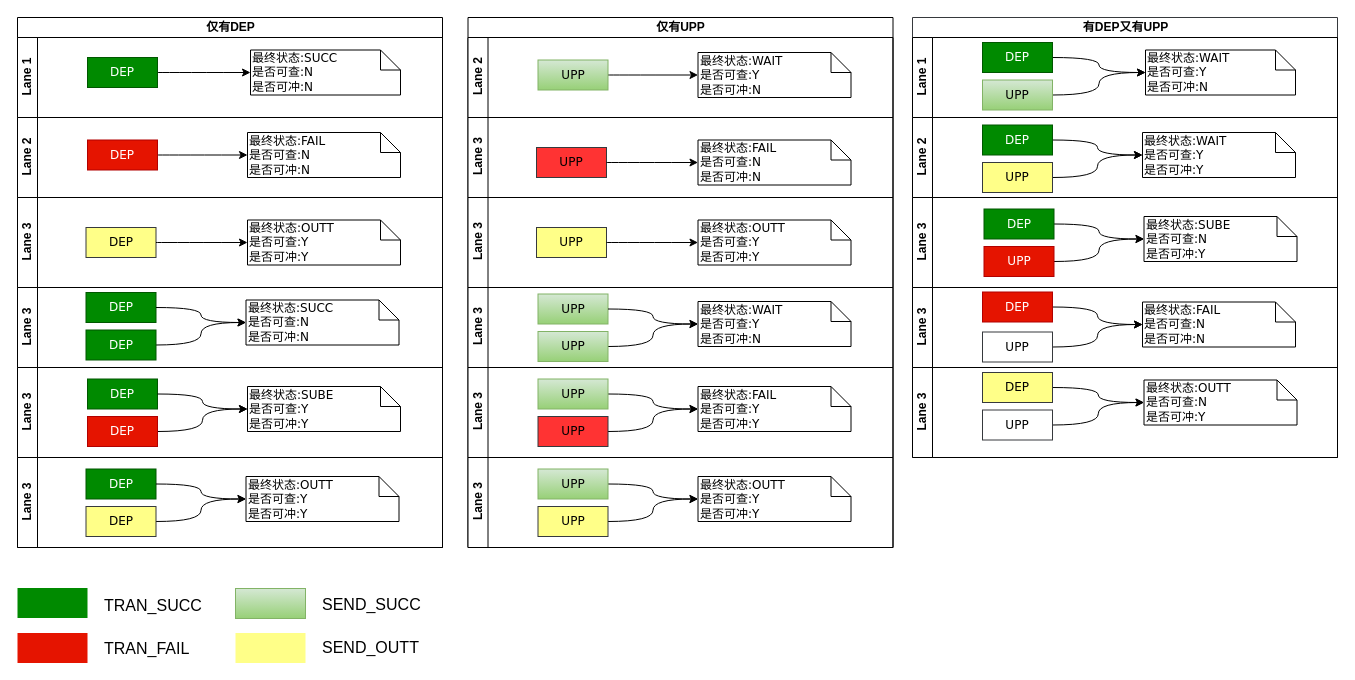
staconfree/design keeps this draw.io diagram as 清算引擎交互流程图.drawio. Above is the earlier version. Source tidied: cells renumbered, new cells numbered last; positions are measured from the earlier drawing's top-left corner, leaving out a move shared by most shapes. Both pictures are drawn from the tidied source at 100%, with x=0, y=0 at pixel (17, 17).
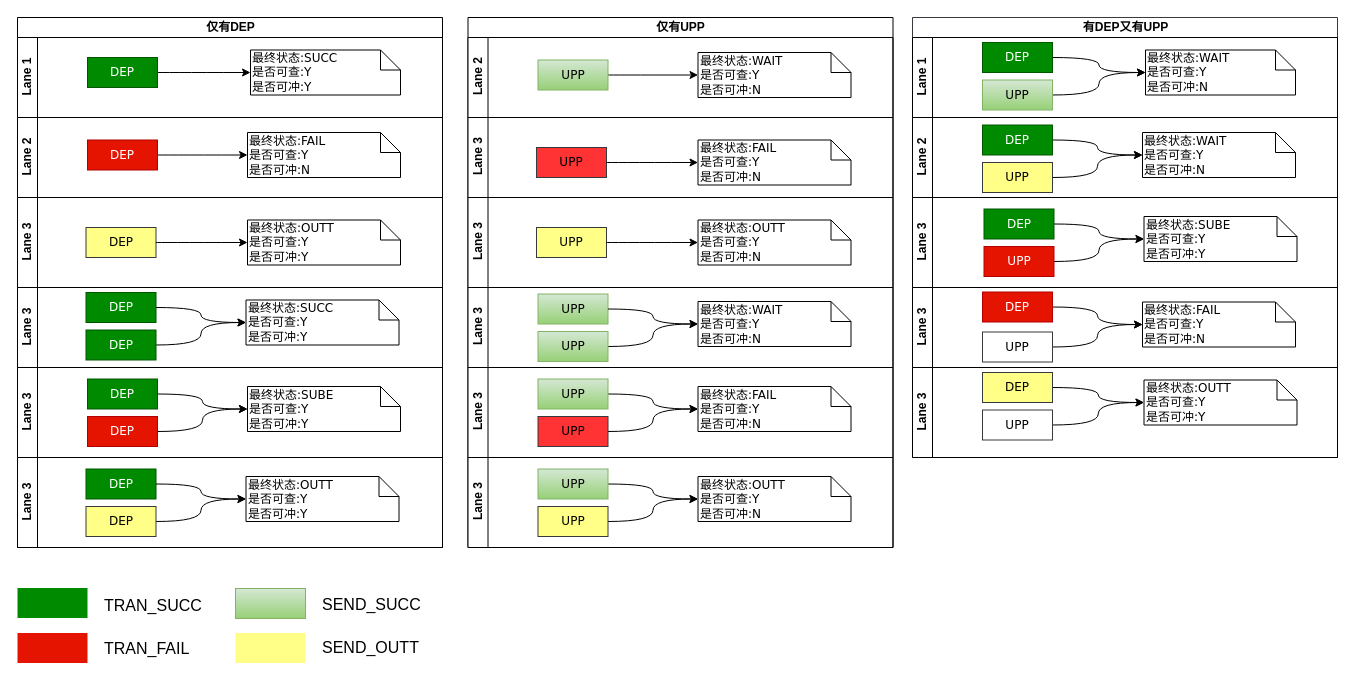
Above is the later version.

Commit message:
更新清算引擎交互流程图.drawio

Unchanged cells that the change refers to:
```xml
<mxCell id="3" value="Lane 1" style="swimlane;html=1;startSize=20;horizontal=0;" parent="2" vertex="1">
  <mxGeometry y="20" width="425" height="80" as="geometry" />
</mxCell>
<mxCell id="7" value="Lane 2" style="swimlane;html=1;startSize=20;horizontal=0;" parent="2" vertex="1">
  <mxGeometry y="100" width="425" height="80" as="geometry" />
</mxCell>
<mxCell id="15" value="Lane 3" style="swimlane;html=1;startSize=20;horizontal=0;" parent="2" vertex="1">
  <mxGeometry y="270" width="425" height="80" as="geometry" />
</mxCell>
<mxCell id="38" value="Lane 3" style="swimlane;html=1;startSize=20;horizontal=0;" parent="33" vertex="1">
  <mxGeometry y="100" width="425" height="80" as="geometry" />
</mxCell>
<mxCell id="42" value="Lane 3" style="swimlane;html=1;startSize=20;horizontal=0;" parent="33" vertex="1">
  <mxGeometry y="180" width="425" height="90" as="geometry" />
</mxCell>
<mxCell id="52" value="Lane 3" style="swimlane;html=1;startSize=20;horizontal=0;" parent="33" vertex="1">
  <mxGeometry y="350" width="425" height="90" as="geometry" />
</mxCell>
<mxCell id="58" value="Lane 3" style="swimlane;html=1;startSize=20;horizontal=0;" parent="33" vertex="1">
  <mxGeometry y="440" width="425" height="90" as="geometry" />
</mxCell>
<mxCell id="71" value="Lane 2" style="swimlane;html=1;startSize=20;horizontal=0;" parent="64" vertex="1">
  <mxGeometry y="100" width="425" height="80" as="geometry" />
</mxCell>
<mxCell id="77" value="Lane 3" style="swimlane;html=1;startSize=20;horizontal=0;" parent="64" vertex="1">
  <mxGeometry y="180" width="425" height="90" as="geometry" />
</mxCell>
<mxCell id="83" value="Lane 3" style="swimlane;html=1;startSize=20;horizontal=0;" parent="64" vertex="1">
  <mxGeometry y="270" width="425" height="80" as="geometry" />
</mxCell>
<mxCell id="89" value="Lane 3" style="swimlane;html=1;startSize=20;horizontal=0;" parent="64" vertex="1">
  <mxGeometry y="350" width="425" height="90" as="geometry" />
</mxCell>
```

Change to the diagram source:
```diff
@@
-    <mxCell id="6" value="最终状态:SUCC&lt;br&gt;是否可查:N&lt;br&gt;&lt;div&gt;是否可冲:N&lt;/div&gt;" style="shape=note;whiteSpace=wrap;html=1;rounded=0;shadow=0;comic=0;labelBackgroundColor=none;strokeColor=#000000;strokeWidth=1;fillColor=#ffffff;fontFamily=Verdana;fontSize=12;fontColor=#000000;align=left;size=20;" parent="3" vertex="1">
+    <mxCell id="6" value="最终状态:SUCC&lt;br&gt;是否可查:Y&lt;br&gt;&lt;div&gt;是否可冲:Y&lt;/div&gt;" style="shape=note;whiteSpace=wrap;html=1;rounded=0;shadow=0;comic=0;labelBackgroundColor=none;strokeColor=#000000;strokeWidth=1;fillColor=#ffffff;fontFamily=Verdana;fontSize=12;fontColor=#000000;align=left;size=20;" parent="3" vertex="1">
       <mxGeometry x="233" y="12.5" width="150" height="45" as="geometry" />
     </mxCell>
@@
-    <mxCell id="10" value="最终状态:FAIL&lt;br&gt;是否可查:N&lt;br&gt;&lt;div&gt;是否可冲:N&lt;/div&gt;" style="shape=note;whiteSpace=wrap;html=1;rounded=0;shadow=0;comic=0;labelBackgroundColor=none;strokeColor=#000000;strokeWidth=1;fillColor=#ffffff;fontFamily=Verdana;fontSize=12;fontColor=#000000;align=left;size=20;" parent="7" vertex="1">
+    <mxCell id="10" value="最终状态:FAIL&lt;br&gt;是否可查:Y&lt;br&gt;&lt;div&gt;是否可冲:N&lt;/div&gt;" style="shape=note;whiteSpace=wrap;html=1;rounded=0;shadow=0;comic=0;labelBackgroundColor=none;strokeColor=#000000;strokeWidth=1;fillColor=#ffffff;fontFamily=Verdana;fontSize=12;fontColor=#000000;align=left;size=20;" parent="7" vertex="1">
       <mxGeometry x="230" y="15" width="153" height="45" as="geometry" />
     </mxCell>
@@
-    <mxCell id="17" value="最终状态:SUCC&lt;br&gt;是否可查:N&lt;br&gt;&lt;div&gt;是否可冲:N&lt;/div&gt;" style="shape=note;whiteSpace=wrap;html=1;rounded=0;shadow=0;comic=0;labelBackgroundColor=none;strokeColor=#000000;strokeWidth=1;fillColor=#ffffff;fontFamily=Verdana;fontSize=12;fontColor=#000000;align=left;size=20;" parent="15" vertex="1">
+    <mxCell id="17" value="最终状态:SUCC&lt;br&gt;是否可查:Y&lt;br&gt;&lt;div&gt;是否可冲:Y&lt;/div&gt;" style="shape=note;whiteSpace=wrap;html=1;rounded=0;shadow=0;comic=0;labelBackgroundColor=none;strokeColor=#000000;strokeWidth=1;fillColor=#ffffff;fontFamily=Verdana;fontSize=12;fontColor=#000000;align=left;size=20;" parent="15" vertex="1">
       <mxGeometry x="228.5" y="12.5" width="153" height="45" as="geometry" />
     </mxCell>
@@
-    <mxCell id="40" value="最终状态:FAIL&lt;br&gt;是否可查:N&lt;br&gt;&lt;div&gt;是否可冲:N&lt;/div&gt;" style="shape=note;whiteSpace=wrap;html=1;rounded=0;shadow=0;comic=0;labelBackgroundColor=none;strokeColor=#000000;strokeWidth=1;fillColor=#ffffff;fontFamily=Verdana;fontSize=12;fontColor=#000000;align=left;size=20;" parent="38" vertex="1">
+    <mxCell id="40" value="最终状态:FAIL&lt;br&gt;是否可查:Y&lt;br&gt;&lt;div&gt;是否可冲:N&lt;/div&gt;" style="shape=note;whiteSpace=wrap;html=1;rounded=0;shadow=0;comic=0;labelBackgroundColor=none;strokeColor=#000000;strokeWidth=1;fillColor=#ffffff;fontFamily=Verdana;fontSize=12;fontColor=#000000;align=left;size=20;" parent="38" vertex="1">
       <mxGeometry x="230" y="22.5" width="153" height="45" as="geometry" />
     </mxCell>
@@
-    <mxCell id="44" value="最终状态:OUTT&lt;br&gt;是否可查:Y&lt;br&gt;&lt;div&gt;是否可冲:Y&lt;/div&gt;" style="shape=note;whiteSpace=wrap;html=1;rounded=0;shadow=0;comic=0;labelBackgroundColor=none;strokeColor=#000000;strokeWidth=1;fillColor=#ffffff;fontFamily=Verdana;fontSize=12;fontColor=#000000;align=left;size=20;" parent="42" vertex="1">
+    <mxCell id="44" value="最终状态:OUTT&lt;br&gt;是否可查:Y&lt;br&gt;&lt;div&gt;是否可冲:N&lt;/div&gt;" style="shape=note;whiteSpace=wrap;html=1;rounded=0;shadow=0;comic=0;labelBackgroundColor=none;strokeColor=#000000;strokeWidth=1;fillColor=#ffffff;fontFamily=Verdana;fontSize=12;fontColor=#000000;align=left;size=20;" parent="42" vertex="1">
       <mxGeometry x="230" y="22.5" width="153" height="45" as="geometry" />
     </mxCell>
@@
-    <mxCell id="55" value="最终状态:FAIL&lt;br&gt;是否可查:Y&lt;br&gt;&lt;div&gt;是否可冲:Y&lt;/div&gt;" style="shape=note;whiteSpace=wrap;html=1;rounded=0;shadow=0;comic=0;labelBackgroundColor=none;strokeColor=#000000;strokeWidth=1;fillColor=#ffffff;fontFamily=Verdana;fontSize=12;fontColor=#000000;align=left;size=20;" parent="52" vertex="1">
+    <mxCell id="55" value="最终状态:FAIL&lt;br&gt;是否可查:Y&lt;br&gt;&lt;div&gt;是否可冲:N&lt;/div&gt;" style="shape=note;whiteSpace=wrap;html=1;rounded=0;shadow=0;comic=0;labelBackgroundColor=none;strokeColor=#000000;strokeWidth=1;fillColor=#ffffff;fontFamily=Verdana;fontSize=12;fontColor=#000000;align=left;size=20;" parent="52" vertex="1">
       <mxGeometry x="230" y="19" width="153" height="45" as="geometry" />
     </mxCell>
@@
-    <mxCell id="61" value="最终状态:OUTT&lt;br&gt;是否可查:Y&lt;br&gt;&lt;div&gt;是否可冲:Y&lt;/div&gt;" style="shape=note;whiteSpace=wrap;html=1;rounded=0;shadow=0;comic=0;labelBackgroundColor=none;strokeColor=#000000;strokeWidth=1;fillColor=#ffffff;fontFamily=Verdana;fontSize=12;fontColor=#000000;align=left;size=20;" parent="58" vertex="1">
+    <mxCell id="61" value="最终状态:OUTT&lt;br&gt;是否可查:Y&lt;br&gt;&lt;div&gt;是否可冲:N&lt;/div&gt;" style="shape=note;whiteSpace=wrap;html=1;rounded=0;shadow=0;comic=0;labelBackgroundColor=none;strokeColor=#000000;strokeWidth=1;fillColor=#ffffff;fontFamily=Verdana;fontSize=12;fontColor=#000000;align=left;size=20;" parent="58" vertex="1">
       <mxGeometry x="230" y="19" width="153" height="45" as="geometry" />
     </mxCell>
@@
-    <mxCell id="72" value="最终状态:WAIT&lt;br&gt;是否可查:Y&lt;br&gt;&lt;div&gt;是否可冲:Y&lt;/div&gt;" style="shape=note;whiteSpace=wrap;html=1;rounded=0;shadow=0;comic=0;labelBackgroundColor=none;strokeColor=#000000;strokeWidth=1;fillColor=#ffffff;fontFamily=Verdana;fontSize=12;fontColor=#000000;align=left;size=20;" parent="71" vertex="1">
+    <mxCell id="72" value="最终状态:WAIT&lt;br&gt;是否可查:Y&lt;br&gt;&lt;div&gt;是否可冲:N&lt;/div&gt;" style="shape=note;whiteSpace=wrap;html=1;rounded=0;shadow=0;comic=0;labelBackgroundColor=none;strokeColor=#000000;strokeWidth=1;fillColor=#ffffff;fontFamily=Verdana;fontSize=12;fontColor=#000000;align=left;size=20;" parent="71" vertex="1">
       <mxGeometry x="230" y="15" width="153" height="45" as="geometry" />
     </mxCell>
@@
-    <mxCell id="80" value="最终状态:SUBE&lt;br&gt;是否可查:N&lt;br&gt;&lt;div&gt;是否可冲:Y&lt;/div&gt;" style="shape=note;whiteSpace=wrap;html=1;rounded=0;shadow=0;comic=0;labelBackgroundColor=none;strokeColor=#000000;strokeWidth=1;fillColor=#ffffff;fontFamily=Verdana;fontSize=12;fontColor=#000000;align=left;size=20;" parent="77" vertex="1">
+    <mxCell id="80" value="最终状态:SUBE&lt;br&gt;是否可查:Y&lt;br&gt;&lt;div&gt;是否可冲:Y&lt;/div&gt;" style="shape=note;whiteSpace=wrap;html=1;rounded=0;shadow=0;comic=0;labelBackgroundColor=none;strokeColor=#000000;strokeWidth=1;fillColor=#ffffff;fontFamily=Verdana;fontSize=12;fontColor=#000000;align=left;size=20;" parent="77" vertex="1">
       <mxGeometry x="231.5" y="19" width="153" height="45" as="geometry" />
     </mxCell>
@@
-    <mxCell id="84" value="最终状态:FAIL&lt;br&gt;是否可查:N&lt;br&gt;&lt;div&gt;是否可冲:N&lt;/div&gt;" style="shape=note;whiteSpace=wrap;html=1;rounded=0;shadow=0;comic=0;labelBackgroundColor=none;strokeColor=#000000;strokeWidth=1;fillColor=#ffffff;fontFamily=Verdana;fontSize=12;fontColor=#000000;align=left;size=20;" parent="83" vertex="1">
+    <mxCell id="84" value="最终状态:FAIL&lt;br&gt;&lt;div&gt;是否可查:Y&lt;/div&gt;&lt;div&gt;是否可冲:N&lt;/div&gt;" style="shape=note;whiteSpace=wrap;html=1;rounded=0;shadow=0;comic=0;labelBackgroundColor=none;strokeColor=#000000;strokeWidth=1;fillColor=#ffffff;fontFamily=Verdana;fontSize=12;fontColor=#000000;align=left;size=20;" parent="83" vertex="1">
       <mxGeometry x="230" y="14.5" width="153" height="45" as="geometry" />
     </mxCell>
@@
-    <mxCell id="92" value="最终状态:OUTT&lt;br&gt;是否可查:N&lt;br&gt;&lt;div&gt;是否可冲:Y&lt;/div&gt;" style="shape=note;whiteSpace=wrap;html=1;rounded=0;shadow=0;comic=0;labelBackgroundColor=none;strokeColor=#000000;strokeWidth=1;fillColor=#ffffff;fontFamily=Verdana;fontSize=12;fontColor=#000000;align=left;size=20;" parent="89" vertex="1">
+    <mxCell id="92" value="最终状态:OUTT&lt;br&gt;是否可查:Y&lt;br&gt;&lt;div&gt;是否可冲:Y&lt;/div&gt;" style="shape=note;whiteSpace=wrap;html=1;rounded=0;shadow=0;comic=0;labelBackgroundColor=none;strokeColor=#000000;strokeWidth=1;fillColor=#ffffff;fontFamily=Verdana;fontSize=12;fontColor=#000000;align=left;size=20;" parent="89" vertex="1">
       <mxGeometry x="231.5" y="12.5" width="153" height="45" as="geometry" />
     </mxCell>
```
